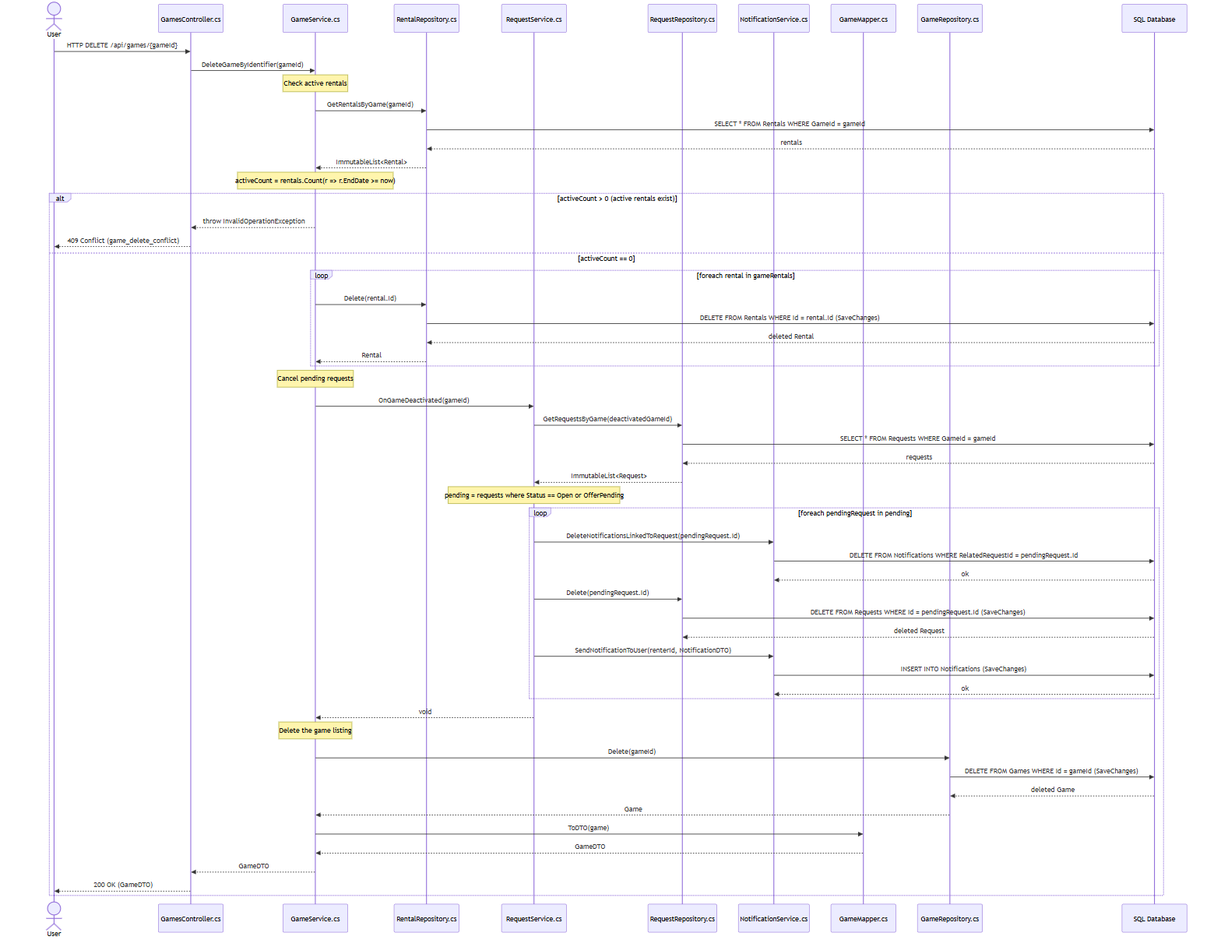
This is diagram/tudor/DeleteGameListing.png from CsokmaiRobert/UBB-SE-2026-922-2, a Mermaid export, as it was before one commit. Its source is kept beside it as diagram/tudor/DeleteGameListing.mmd.
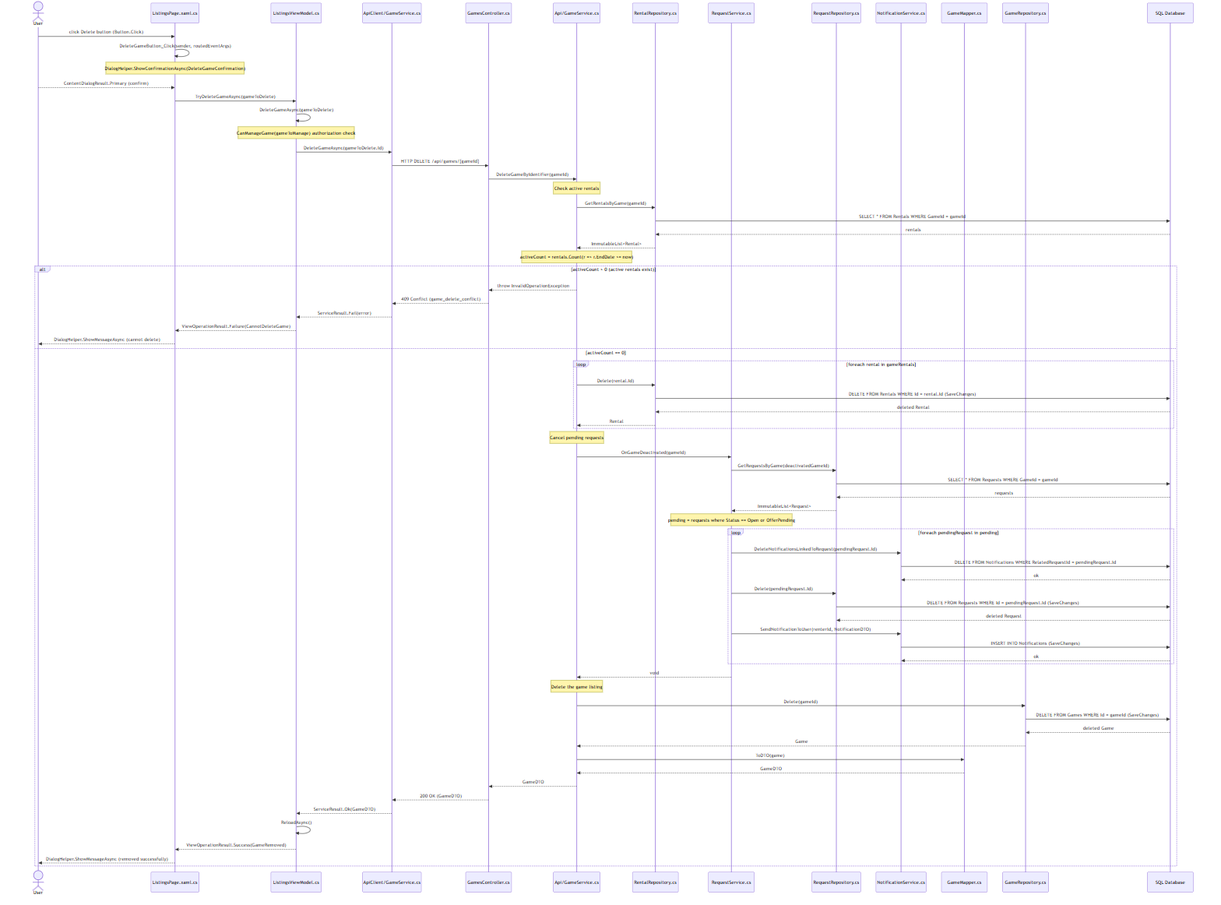
Later version of the same file.

What changed in the source:
```diff
@@ -1,7 +1,10 @@
 sequenceDiagram
     actor User
+    participant View as ListingsPage.xaml.cs
+    participant VM as ListingsViewModel.cs
+    participant ApiClient as ApiClient/GameService.cs
     participant Controller as GamesController.cs
-    participant Service as GameService.cs
+    participant Service as Api/GameService.cs
     participant RentalRepo as RentalRepository.cs
     participant RequestSvc as RequestService.cs
     participant RequestRepo as RequestRepository.cs
@@ -10,7 +13,16 @@
     participant GameRepo as GameRepository.cs
     participant DB as SQL Database
 
-    User->>Controller: HTTP DELETE /api/games/{gameId}
+    User->>View: click Delete button (Button.Click)
+    View->>View: DeleteGameButton_Click(sender, routedEventArgs)
+    Note over View: DialogHelper.ShowConfirmationAsync(DeleteGameConfirmation)
+    User-->>View: ContentDialogResult.Primary (confirm)
+
+    View->>VM: TryDeleteGameAsync(gameToDelete)
+    VM->>VM: DeleteGameAsync(gameToDelete)
+    Note over VM: CanManageGame(gameToManage) authorization check
+    VM->>ApiClient: DeleteGameAsync(gameToDelete.Id)
+    ApiClient->>Controller: HTTP DELETE /api/games/{gameId}
     Controller->>Service: DeleteGameByIdentifier(gameId)
 
     Note over Service: Check active rentals
@@ -22,7 +34,10 @@
 
     alt activeCount > 0 (active rentals exist)
         Service-->>Controller: throw InvalidOperationException
-        Controller-->>User: 409 Conflict (game_delete_conflict)
+        Controller-->>ApiClient: 409 Conflict (game_delete_conflict)
+        ApiClient-->>VM: ServiceResult.Fail(error)
+        VM-->>View: ViewOperationResult.Failure(CannotDeleteGame)
+        View-->>User: DialogHelper.ShowMessageAsync (cannot delete)
     else activeCount == 0
 
         loop foreach rental in gameRentals
@@ -62,5 +77,9 @@
         Service->>Mapper: ToDTO(game)
         Mapper-->>Service: GameDTO
         Service-->>Controller: GameDTO
-        Controller-->>User: 200 OK (GameDTO)
+        Controller-->>ApiClient: 200 OK (GameDTO)
+        ApiClient-->>VM: ServiceResult.Ok(GameDTO)
+        VM->>VM: ReloadAsync()
+        VM-->>View: ViewOperationResult.Success(GameRemoved)
+        View-->>User: DialogHelper.ShowMessageAsync (removed successfully)
     end
```
